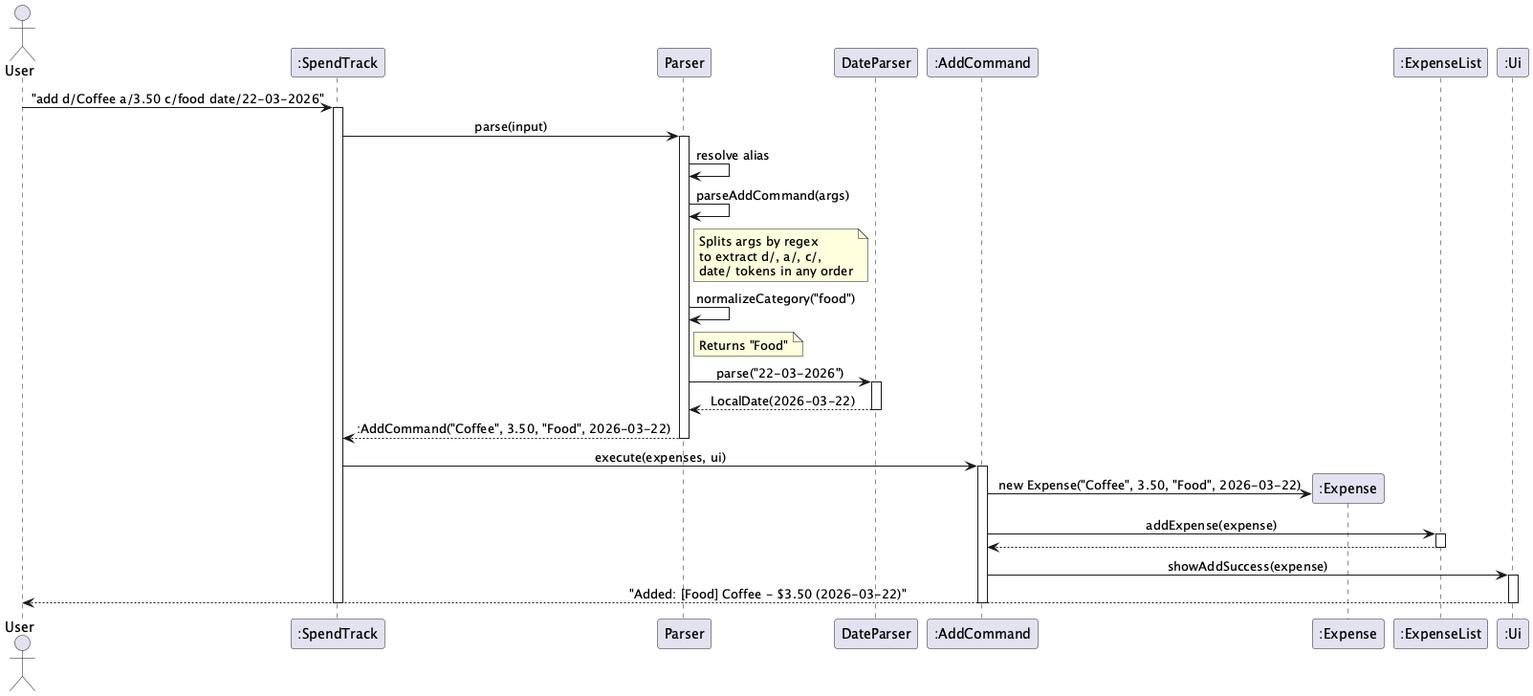
Earlier version of the PlantUML export docs/images/AddCommandSequence.png (AbhijitBalajee/tp). Its diagram source:
```plantuml
@startuml
!define BGCOLOR white
skinparam backgroundColor BGCOLOR
skinparam sequenceMessageAlign center

actor User
participant ":SpendTrack" as ST
participant "Parser" as P
participant "DateParser" as DP
participant ":AddCommand" as AC
participant ":Expense" as E
participant ":ExpenseList" as EL
participant ":Ui" as UI

User -> ST : "add d/Coffee a/3.50 c/food date/22-03-2026"
activate ST

ST -> P : parse(input)
activate P
P -> P : resolve alias
P -> P : parseAddCommand(args)
note right of P
  Splits args by regex
  to extract d/, a/, c/,
  date/ tokens in any order
end note
P -> P : normalizeCategory("food")
note right of P : Returns "Food"
P -> DP : parse("22-03-2026")
activate DP
DP --> P : LocalDate(2026-03-22)
deactivate DP
P --> ST : :AddCommand("Coffee", 3.50, "Food", 2026-03-22)
deactivate P

ST -> AC : execute(expenses, ui)
activate AC
AC -> E ** : new Expense("Coffee", 3.50, "Food", 2026-03-22)
AC -> EL : addExpense(expense)
activate EL
EL --> AC
deactivate EL
AC -> UI : showAddSuccess(expense)
activate UI
UI --> User : "Added: [Food] Coffee - $3.50 (2026-03-22)"
deactivate UI
deactivate AC

deactivate ST
@enduml
```
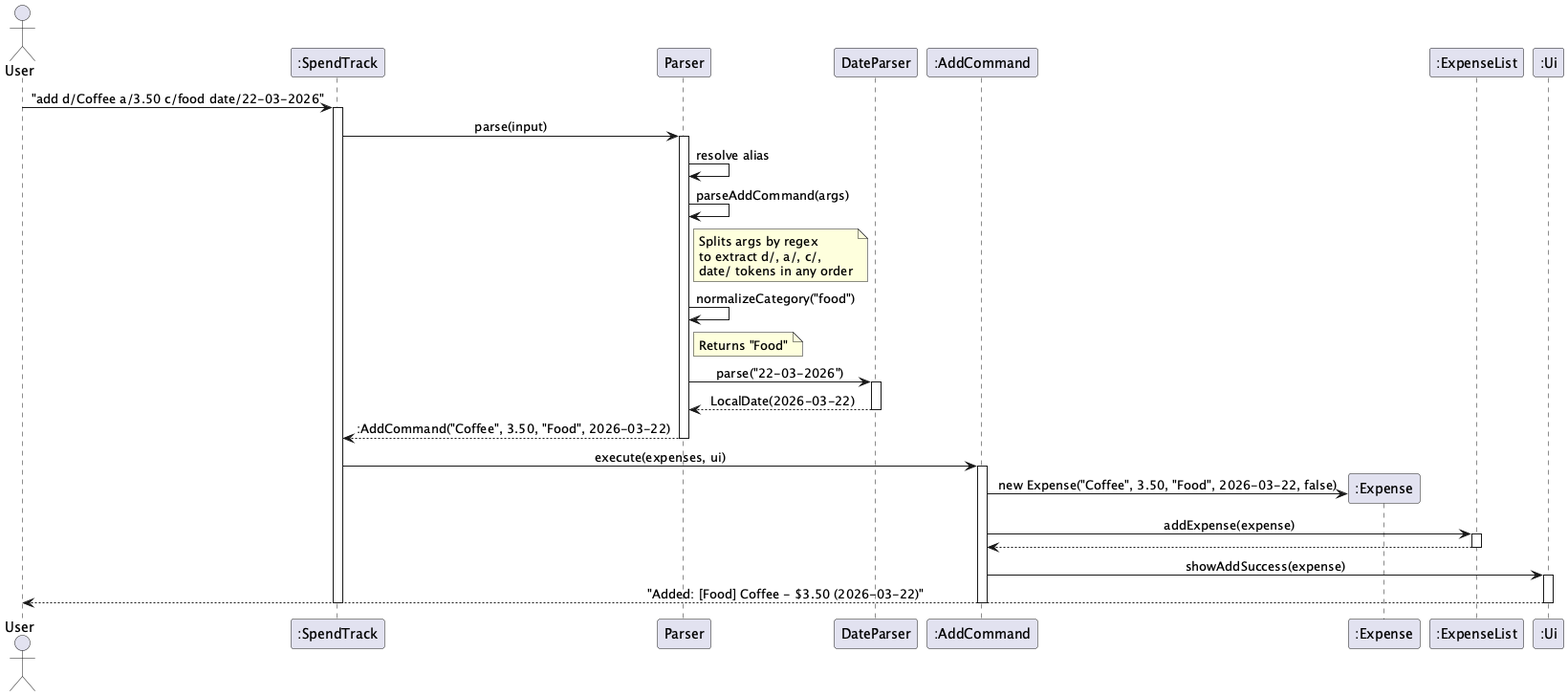
Above is the later version.

Commit message:
docs: fix DG inaccuracies for DateParser, recurring flag, and diagrams

Change to the diagram source:
```diff
@@ -35,7 +35,7 @@
 
 ST -> AC : execute(expenses, ui)
 activate AC
-AC -> E ** : new Expense("Coffee", 3.50, "Food", 2026-03-22)
+AC -> E ** : new Expense("Coffee", 3.50, "Food", 2026-03-22, false)
 AC -> EL : addExpense(expense)
 activate EL
 EL --> AC
```
